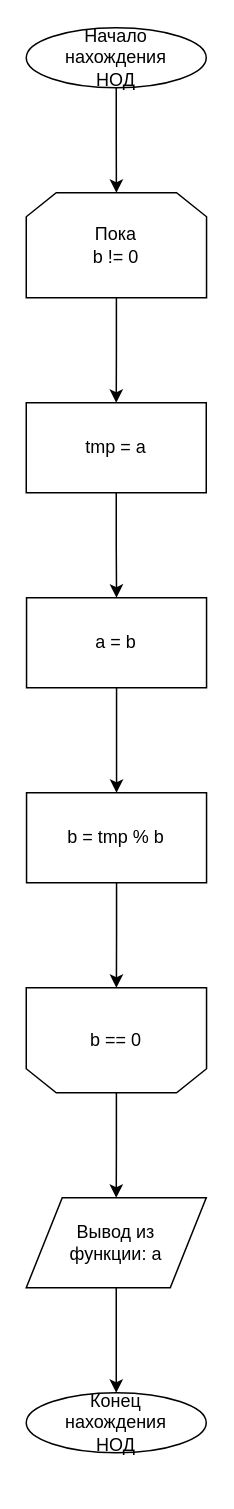
This is page "НОД" (8 of 10) of flowcharts/Flowchart.drawio from DvaMishkiLapa/LongArithmeticCalc, a draw.io file, before an edit. Source tidied: cells renumbered, new cells numbered last; positions are measured from the earlier drawing's top-left corner, leaving out a move shared by most shapes. Both pictures are drawn from the tidied source at 150%, with x=0, y=0 at pixel (26, 27).
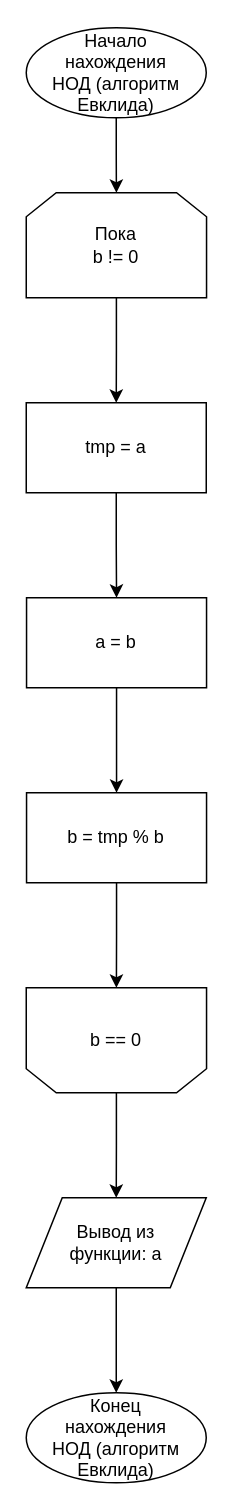
The same diagram, later.

Diff of the diagram source:
```diff
@@
 <mxGraphModel>
   <root>
     <mxCell id="0" />
     <mxCell id="1" parent="0" />
     <mxCell id="2" style="edgeStyle=orthogonalEdgeStyle;rounded=0;jettySize=auto;html=1;" parent="1" edge="1" source="3" target="5">
       <mxGeometry relative="1" as="geometry" />
     </mxCell>
-    <mxCell id="3" value="Начало&lt;br&gt;нахождения&lt;br&gt;НОД" style="ellipse;whiteSpace=wrap;html=1;" parent="1" vertex="1">
-      <mxGeometry width="120" height="40" as="geometry" />
+    <mxCell id="3" value="Начало&lt;br&gt;нахождения&lt;br&gt;НОД (алгоритм Евклида)" style="ellipse;whiteSpace=wrap;html=1;" parent="1" vertex="1">
+      <mxGeometry width="120" height="60" as="geometry" />
     </mxCell>
     <mxCell id="4" style="edgeStyle=orthogonalEdgeStyle;rounded=0;jettySize=auto;html=1;endArrow=classic;endFill=1;" parent="1" edge="1" source="5" target="7">
       <mxGeometry relative="1" as="geometry" />
     </mxCell>
     <mxCell id="5" value="Пока&lt;br&gt;b != 0" style="shape=loopLimit;whiteSpace=wrap;html=1;" parent="1" vertex="1">
       <mxGeometry y="110" width="120.2" height="70" as="geometry" />
     </mxCell>
     <mxCell id="6" style="edgeStyle=orthogonalEdgeStyle;rounded=0;jettySize=auto;html=1;endArrow=classic;endFill=1;" parent="1" edge="1" source="7" target="9">
       <mxGeometry relative="1" as="geometry" />
     </mxCell>
     <mxCell id="7" value="tmp = a" style="rounded=0;whiteSpace=wrap;html=1;" parent="1" vertex="1">
       <mxGeometry y="250" width="120" height="60" as="geometry" />
     </mxCell>
     <mxCell id="8" style="edgeStyle=orthogonalEdgeStyle;rounded=0;jettySize=auto;html=1;endArrow=classic;endFill=1;" parent="1" edge="1" source="9" target="11">
       <mxGeometry relative="1" as="geometry" />
     </mxCell>
     <mxCell id="9" value="a = b" style="rounded=0;whiteSpace=wrap;html=1;" parent="1" vertex="1">
       <mxGeometry x="0.2" y="380" width="120" height="60" as="geometry" />
     </mxCell>
     <mxCell id="10" style="edgeStyle=orthogonalEdgeStyle;rounded=0;jettySize=auto;html=1;endArrow=classic;endFill=1;" parent="1" edge="1" source="11" target="13">
       <mxGeometry relative="1" as="geometry" />
     </mxCell>
     <mxCell id="11" value="b = tmp % b" style="rounded=0;whiteSpace=wrap;html=1;" parent="1" vertex="1">
       <mxGeometry x="0.2" y="510" width="120" height="60" as="geometry" />
     </mxCell>
     <mxCell id="12" style="edgeStyle=orthogonalEdgeStyle;rounded=0;jettySize=auto;html=1;endArrow=classic;endFill=1;" parent="1" edge="1" source="13" target="15">
       <mxGeometry relative="1" as="geometry" />
     </mxCell>
     <mxCell id="13" value="b == 0" style="shape=loopLimit;whiteSpace=wrap;html=1;size=20;gradientColor=none;rounded=0;comic=0;shadow=0;direction=west;" parent="1" vertex="1">
       <mxGeometry y="640" width="120.2" height="70" as="geometry" />
     </mxCell>
     <mxCell id="14" style="edgeStyle=orthogonalEdgeStyle;rounded=0;jettySize=auto;html=1;endArrow=classic;endFill=1;" parent="1" edge="1" source="15" target="16">
       <mxGeometry relative="1" as="geometry" />
     </mxCell>
     <mxCell id="15" value="Вывод из&lt;br&gt;функции: a" style="shape=parallelogram;perimeter=parallelogramPerimeter;whiteSpace=wrap;html=1;" parent="1" vertex="1">
       <mxGeometry y="780" width="120" height="60" as="geometry" />
     </mxCell>
-    <mxCell id="16" value="Конец&lt;br&gt;нахождения&lt;br&gt;НОД" style="ellipse;whiteSpace=wrap;html=1;" parent="1" vertex="1">
-      <mxGeometry y="910" width="120" height="40" as="geometry" />
+    <mxCell id="16" value="Конец&lt;br&gt;нахождения&lt;br&gt;НОД (алгоритм Евклида)" style="ellipse;whiteSpace=wrap;html=1;" parent="1" vertex="1">
+      <mxGeometry y="910" width="120" height="60" as="geometry" />
     </mxCell>
   </root>
 </mxGraphModel>
```
